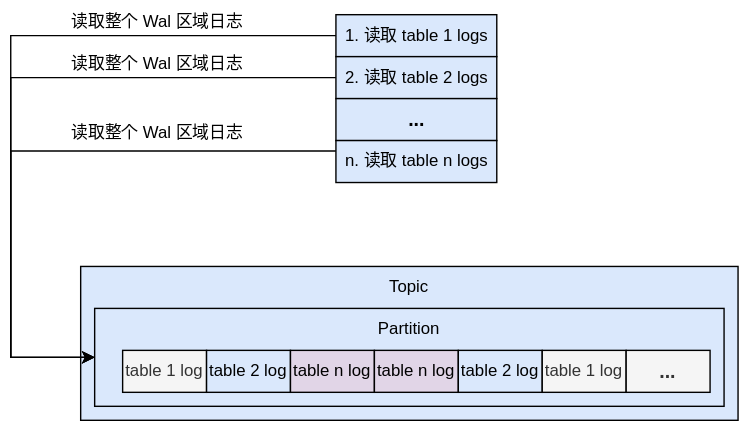
Earlier version of the draw.io export kafkawal.drawio.svg (Rachelint/drawio-store). Source tidied: cells renumbered, new cells last; positions are measured from the earlier drawing's top-left corner, leaving out a move shared by most shapes.
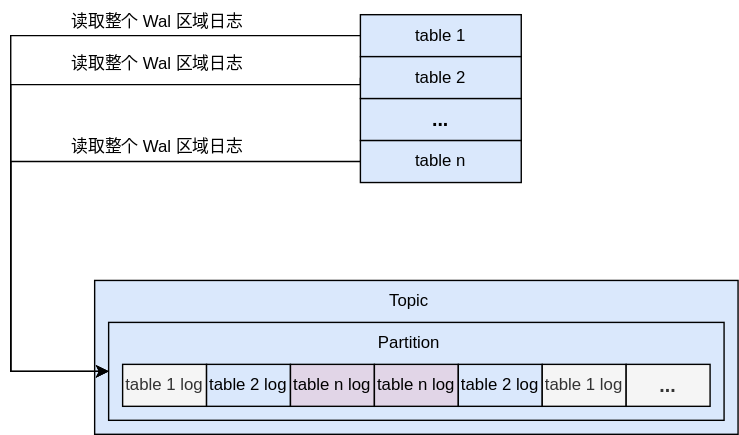
Above is the later version.

Diff of the diagram source:
```diff
@@ -3,10 +3,10 @@
     <mxCell id="0" />
     <mxCell id="1" parent="0" />
     <mxCell id="2" style="rounded=0;whiteSpace=wrap;html=1;fillColor=#dae8fc;strokeColor=#000000;" parent="1" vertex="1">
-      <mxGeometry x="50" y="190" width="470" height="110" as="geometry" />
+      <mxGeometry x="60" y="190" width="460" height="110" as="geometry" />
     </mxCell>
     <mxCell id="3" style="rounded=0;whiteSpace=wrap;html=1;fillColor=#dae8fc;strokeColor=#000000;" parent="1" vertex="1">
-      <mxGeometry x="60" y="220" width="450" height="70" as="geometry" />
+      <mxGeometry x="70" y="220" width="440" height="70" as="geometry" />
     </mxCell>
     <mxCell id="4" value="table 1 log" style="rounded=0;whiteSpace=wrap;html=1;labelBackgroundColor=none;fillColor=#f5f5f5;strokeColor=#000000;fontColor=#333333;" parent="1" vertex="1">
       <mxGeometry x="80" y="250" width="60" height="30" as="geometry" />
@@ -35,50 +35,50 @@
     <mxCell id="12" value="Topic" style="text;html=1;strokeColor=none;fillColor=none;align=center;verticalAlign=middle;whiteSpace=wrap;rounded=0;" parent="1" vertex="1">
       <mxGeometry x="255" y="190" width="60" height="30" as="geometry" />
     </mxCell>
-    <mxCell id="13" style="edgeStyle=orthogonalEdgeStyle;rounded=0;jettySize=auto;html=1;exitX=0;exitY=0.5;exitDx=0;exitDy=0;entryX=0;entryY=0.5;entryDx=0;entryDy=0;" parent="1" edge="1" source="14" target="3">
-      <mxGeometry relative="1" as="geometry">
-        <Array as="points">
-          <mxPoint y="25" />
-          <mxPoint y="255" />
-        </Array>
-      </mxGeometry>
-    </mxCell>
-    <mxCell id="14" value="1. 读取 table 1 logs" style="rounded=0;whiteSpace=wrap;html=1;fillColor=#dae8fc;strokeColor=#000000;" parent="1" vertex="1">
-      <mxGeometry x="232.5" y="10" width="115" height="30" as="geometry" />
-    </mxCell>
-    <mxCell id="15" style="edgeStyle=orthogonalEdgeStyle;rounded=0;jettySize=auto;html=1;exitX=0;exitY=0.5;exitDx=0;exitDy=0;entryX=0;entryY=0.5;entryDx=0;entryDy=0;" parent="1" edge="1" source="16" target="3">
-      <mxGeometry relative="1" as="geometry">
-        <Array as="points">
-          <mxPoint y="55" />
-          <mxPoint y="255" />
-        </Array>
-      </mxGeometry>
-    </mxCell>
-    <mxCell id="16" value="2. 读取 table 2 logs" style="rounded=0;whiteSpace=wrap;html=1;fillColor=#dae8fc;strokeColor=#000000;" parent="1" vertex="1">
-      <mxGeometry x="232.5" y="40" width="115" height="30" as="geometry" />
-    </mxCell>
-    <mxCell id="17" value="&lt;font style=&quot;font-size: 14px;&quot;&gt;&lt;b&gt;...&lt;/b&gt;&lt;/font&gt;" style="rounded=0;whiteSpace=wrap;html=1;fillColor=#dae8fc;strokeColor=#000000;" parent="1" vertex="1">
-      <mxGeometry x="232.5" y="70" width="115" height="30" as="geometry" />
-    </mxCell>
-    <mxCell id="18" style="edgeStyle=orthogonalEdgeStyle;rounded=0;jettySize=auto;html=1;exitX=0;exitY=0.25;exitDx=0;exitDy=0;entryX=0;entryY=0.5;entryDx=0;entryDy=0;" parent="1" edge="1" source="19" target="3">
-      <mxGeometry relative="1" as="geometry">
-        <Array as="points">
-          <mxPoint y="108" />
-          <mxPoint y="255" />
-        </Array>
-      </mxGeometry>
-    </mxCell>
-    <mxCell id="19" value="n. 读取 table n logs" style="rounded=0;whiteSpace=wrap;html=1;fillColor=#dae8fc;strokeColor=#000000;" parent="1" vertex="1">
-      <mxGeometry x="232.5" y="100" width="115" height="30" as="geometry" />
-    </mxCell>
     <mxCell id="20" value="读取整个 Wal 区域日志" style="text;html=1;strokeColor=none;fillColor=none;align=center;verticalAlign=middle;whiteSpace=wrap;rounded=0;" parent="1" vertex="1">
-      <mxGeometry x="40" width="130" height="30" as="geometry" />
+      <mxGeometry x="40" y="-10" width="130" height="30" as="geometry" />
     </mxCell>
     <mxCell id="21" value="读取整个 Wal 区域日志" style="text;html=1;strokeColor=none;fillColor=none;align=center;verticalAlign=middle;whiteSpace=wrap;rounded=0;" parent="1" vertex="1">
-      <mxGeometry x="40" y="30" width="130" height="30" as="geometry" />
+      <mxGeometry x="40" y="20" width="130" height="30" as="geometry" />
     </mxCell>
     <mxCell id="22" value="读取整个 Wal 区域日志" style="text;html=1;strokeColor=none;fillColor=none;align=center;verticalAlign=middle;whiteSpace=wrap;rounded=0;" parent="1" vertex="1">
       <mxGeometry x="40" y="80" width="130" height="30" as="geometry" />
     </mxCell>
+    <mxCell id="23" style="edgeStyle=orthogonalEdgeStyle;rounded=0;jettySize=auto;html=1;exitX=0;exitY=0.5;exitDx=0;exitDy=0;entryX=0;entryY=0.5;entryDx=0;entryDy=0;" parent="1" edge="1" source="24" target="3">
+      <mxGeometry relative="1" as="geometry">
+        <Array as="points">
+          <mxPoint y="15" />
+          <mxPoint y="255" />
+        </Array>
+      </mxGeometry>
+    </mxCell>
+    <mxCell id="24" value="table 1" style="rounded=0;whiteSpace=wrap;html=1;fillColor=#dae8fc;strokeColor=#000000;" parent="1" vertex="1">
+      <mxGeometry x="250" width="115" height="30" as="geometry" />
+    </mxCell>
+    <mxCell id="25" style="edgeStyle=orthogonalEdgeStyle;rounded=0;jettySize=auto;html=1;exitX=0;exitY=0.5;exitDx=0;exitDy=0;entryX=0;entryY=0.5;entryDx=0;entryDy=0;" parent="1" edge="1" source="26" target="3">
+      <mxGeometry relative="1" as="geometry">
+        <Array as="points">
+          <mxPoint y="50" />
+          <mxPoint y="255" />
+        </Array>
+      </mxGeometry>
+    </mxCell>
+    <mxCell id="26" value="table 2" style="rounded=0;whiteSpace=wrap;html=1;fillColor=#dae8fc;strokeColor=#000000;" parent="1" vertex="1">
+      <mxGeometry x="250" y="30" width="115" height="30" as="geometry" />
+    </mxCell>
+    <mxCell id="17" value="&lt;font style=&quot;font-size: 14px;&quot;&gt;&lt;b&gt;...&lt;/b&gt;&lt;/font&gt;" style="rounded=0;whiteSpace=wrap;html=1;fillColor=#dae8fc;strokeColor=#000000;" parent="1" vertex="1">
+      <mxGeometry x="250" y="60" width="115" height="30" as="geometry" />
+    </mxCell>
+    <mxCell id="27" style="edgeStyle=orthogonalEdgeStyle;rounded=0;jettySize=auto;html=1;exitX=0;exitY=0.5;exitDx=0;exitDy=0;entryX=0;entryY=0.5;entryDx=0;entryDy=0;" parent="1" edge="1" source="28" target="3">
+      <mxGeometry relative="1" as="geometry">
+        <Array as="points">
+          <mxPoint y="105" />
+          <mxPoint y="255" />
+        </Array>
+      </mxGeometry>
+    </mxCell>
+    <mxCell id="28" value="table n" style="rounded=0;whiteSpace=wrap;html=1;fillColor=#dae8fc;strokeColor=#000000;" parent="1" vertex="1">
+      <mxGeometry x="250" y="90" width="115" height="30" as="geometry" />
+    </mxCell>
   </root>
 </mxGraphModel>
```
